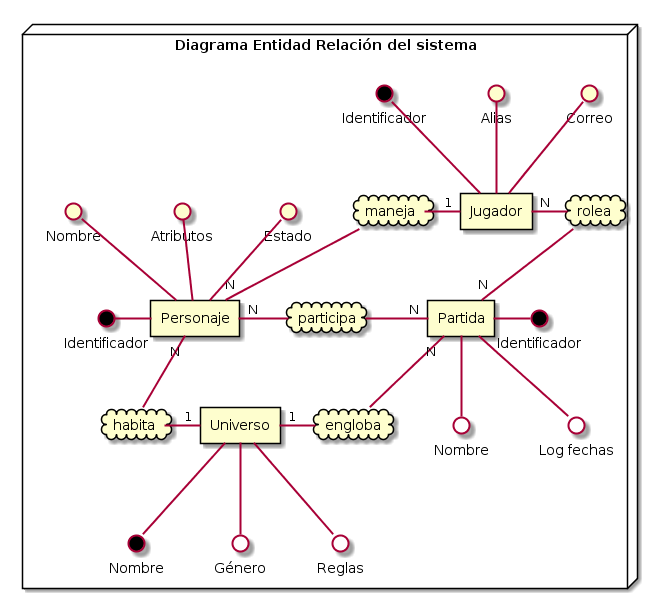
Lauragg/DDSI keeps this PlantUML diagram as p2/diagramaEntidadRelacion.png. Above is the earlier version.
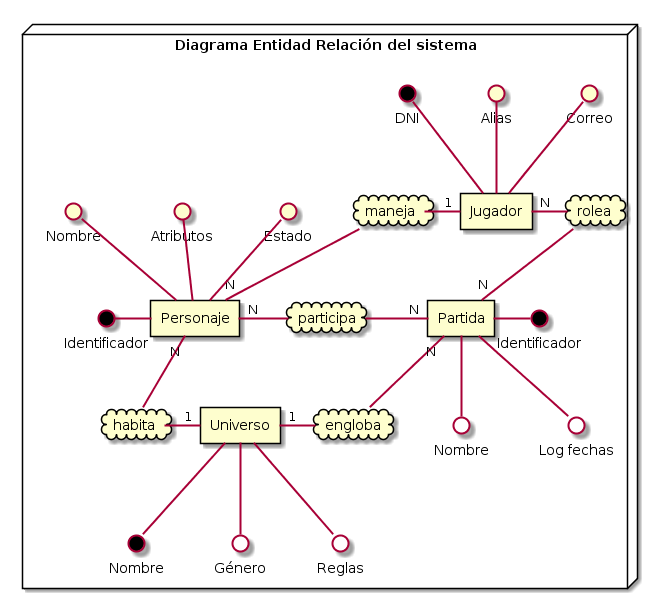
Later version of the same file.

Commit message:
Corregido error en el DNI del jugador, tanto en el diagrama E/R como en la memoria

Change to the diagram source:
```diff
@@ -39,7 +39,6 @@
     partida =down= nom2
     partida =down= log
 
-
     interface "Identificador" as id2 #black
     interface "Nombre" as nom3
     interface "Atributos" as atri
@@ -50,7 +49,7 @@
     personaje =up= atri
     personaje =up= estado
 
-    interface "Identificador" as id3 #black
+    interface "DNI" as id3 #black
     interface "Alias" as alias
     interface "Correo" as correo
 
```
